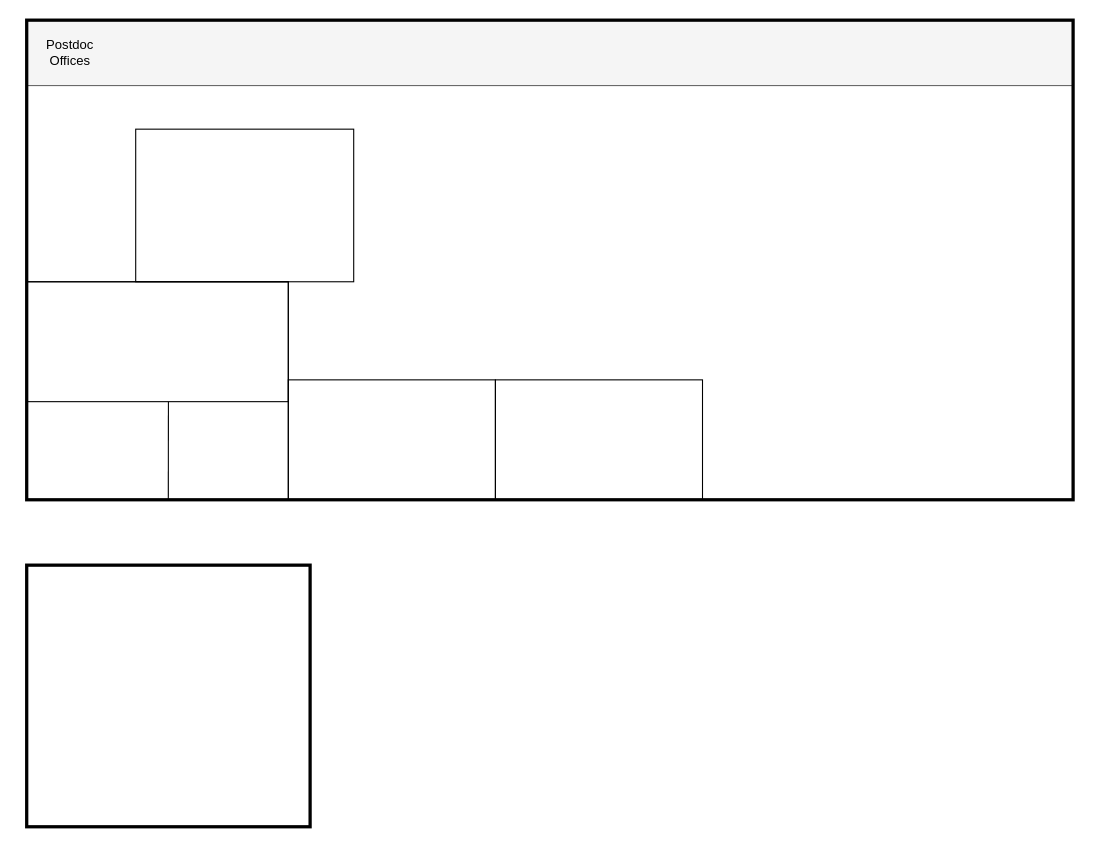
CianMRoche/DeskCzar keeps this draw.io diagram as floorplan.drawio. Above is the earlier version. Source tidied: cells renumbered, new cells numbered last; positions are measured from the earlier drawing's top-left corner, leaving out a move shared by most shapes. Both pictures are drawn from the tidied source at 109%, with x=0, y=0 at pixel (26, 20).
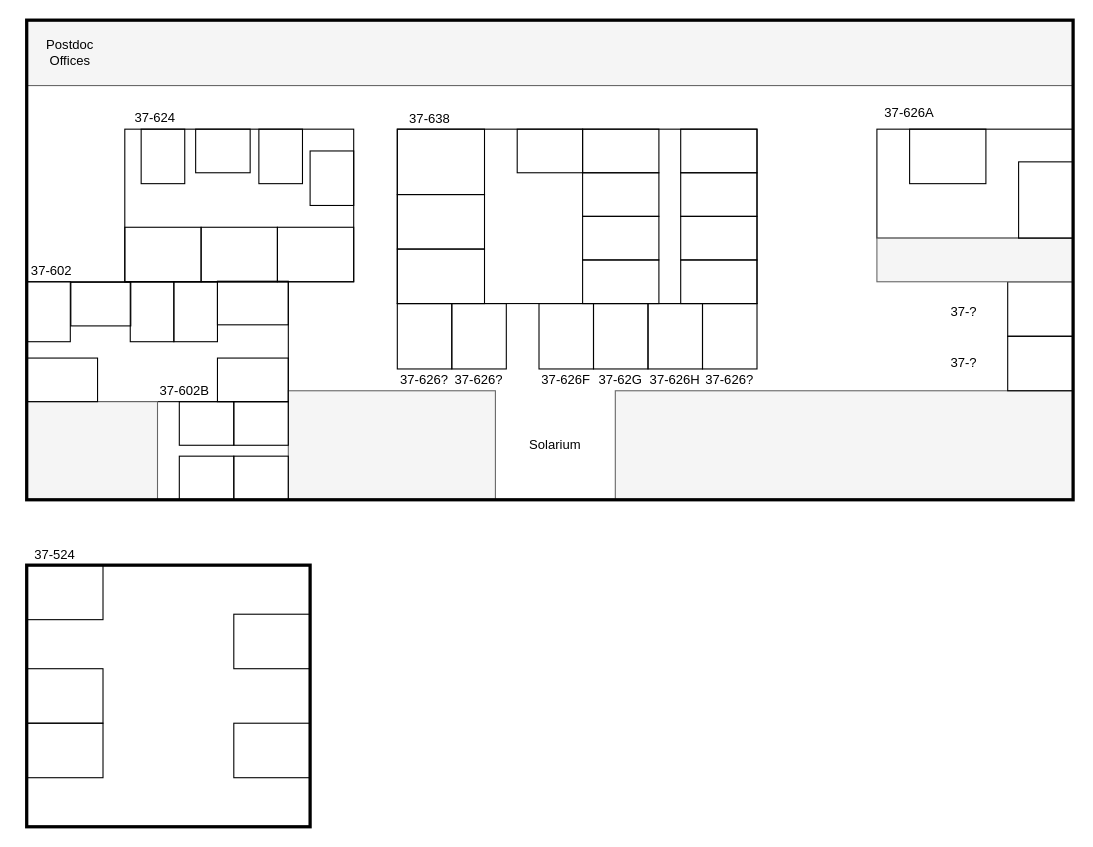
After the change.

What changed in the source:
```diff
@@
-    <mxCell id="4" style="rounded=0;whiteSpace=wrap;html=1;fillColor=none;strokeWidth=3;" parent="1" vertex="1">
-      <mxGeometry width="960" height="440" as="geometry" />
-    </mxCell>
@@
     <mxCell id="6" style="rounded=0;whiteSpace=wrap;html=1;fillColor=none;" parent="1" vertex="1">
-      <mxGeometry x="100" y="100" width="200" height="140" as="geometry" />
+      <mxGeometry x="90" y="100" width="210" height="140" as="geometry" />
     </mxCell>
-    <mxCell id="7" style="rounded=0;whiteSpace=wrap;html=1;fillColor=none;" parent="1" vertex="1">
-      <mxGeometry y="240" width="240" height="200" as="geometry" />
-    </mxCell>
@@
-    <mxCell id="9" style="endArrow=none;html=1;rounded=0;" parent="1" edge="1">
-      <mxGeometry relative="1" as="geometry">
-        <mxPoint x="129.9" y="440" as="sourcePoint" />
-        <mxPoint x="130" y="350" as="targetPoint" />
-      </mxGeometry>
-    </mxCell>
-    <mxCell id="10" style="rounded=0;whiteSpace=wrap;html=1;fillColor=none;" parent="1" vertex="1">
-      <mxGeometry x="240" y="330" width="190" height="110" as="geometry" />
+    <mxCell id="10" style="rounded=0;whiteSpace=wrap;html=1;fillColor=#f5f5f5;fontColor=#333333;strokeColor=#666666;" parent="1" vertex="1">
+      <mxGeometry x="240" y="340" width="190" height="100" as="geometry" />
     </mxCell>
-    <mxCell id="11" style="rounded=0;whiteSpace=wrap;html=1;fillColor=none;" parent="1" vertex="1">
-      <mxGeometry x="430" y="330" width="190" height="110" as="geometry" />
-    </mxCell>
+    <mxCell id="12" style="rounded=0;whiteSpace=wrap;html=1;fillColor=#f5f5f5;fontColor=#333333;strokeColor=#666666;" parent="1" vertex="1">
+      <mxGeometry x="540" y="340" width="420" height="100" as="geometry" />
+    </mxCell>
+    <mxCell id="13" style="rounded=0;whiteSpace=wrap;html=1;fillColor=none;" parent="1" vertex="1">
+      <mxGeometry x="340" y="100" width="330" height="160" as="geometry" />
+    </mxCell>
+    <mxCell id="14" style="rounded=0;whiteSpace=wrap;html=1;fillColor=none;" parent="1" vertex="1">
+      <mxGeometry x="470" y="260" width="50" height="60" as="geometry" />
+    </mxCell>
+    <mxCell id="15" style="rounded=0;whiteSpace=wrap;html=1;fillColor=none;" parent="1" vertex="1">
+      <mxGeometry x="340" y="260" width="50" height="60" as="geometry" />
+    </mxCell>
+    <mxCell id="16" style="rounded=0;whiteSpace=wrap;html=1;fillColor=none;" parent="1" vertex="1">
+      <mxGeometry x="780" y="100" width="180" height="100" as="geometry" />
+    </mxCell>
+    <mxCell id="17" style="rounded=0;whiteSpace=wrap;html=1;fillColor=none;" parent="1" vertex="1">
+      <mxGeometry x="340" y="210" width="80" height="50" as="geometry" />
+    </mxCell>
+    <mxCell id="18" style="rounded=0;whiteSpace=wrap;html=1;fillColor=none;" parent="1" vertex="1">
+      <mxGeometry x="340" y="160" width="80" height="50" as="geometry" />
+    </mxCell>
+    <mxCell id="19" style="rounded=0;whiteSpace=wrap;html=1;fillColor=none;" parent="1" vertex="1">
+      <mxGeometry x="340" y="100" width="80" height="60" as="geometry" />
+    </mxCell>
+    <mxCell id="20" style="rounded=0;whiteSpace=wrap;html=1;fillColor=none;" parent="1" vertex="1">
+      <mxGeometry x="900" y="290" width="60" height="50" as="geometry" />
+    </mxCell>
+    <mxCell id="21" style="rounded=0;whiteSpace=wrap;html=1;fillColor=none;" parent="1" vertex="1">
+      <mxGeometry x="900" y="240" width="60" height="50" as="geometry" />
+    </mxCell>
+    <mxCell id="22" style="rounded=0;whiteSpace=wrap;html=1;fillColor=none;" parent="1" vertex="1">
+      <mxGeometry x="450" y="100" width="60" height="40" as="geometry" />
+    </mxCell>
+    <mxCell id="23" style="rounded=0;whiteSpace=wrap;html=1;fillColor=none;" parent="1" vertex="1">
+      <mxGeometry x="510" y="100" width="70" height="40" as="geometry" />
+    </mxCell>
+    <mxCell id="24" style="rounded=0;whiteSpace=wrap;html=1;fillColor=none;" parent="1" vertex="1">
+      <mxGeometry x="600" y="100" width="70" height="40" as="geometry" />
+    </mxCell>
+    <mxCell id="25" style="rounded=0;whiteSpace=wrap;html=1;fillColor=none;" parent="1" vertex="1">
+      <mxGeometry x="600" y="140" width="70" height="40" as="geometry" />
+    </mxCell>
+    <mxCell id="26" style="rounded=0;whiteSpace=wrap;html=1;fillColor=none;" parent="1" vertex="1">
+      <mxGeometry x="600" y="180" width="70" height="40" as="geometry" />
+    </mxCell>
+    <mxCell id="27" style="rounded=0;whiteSpace=wrap;html=1;fillColor=none;" parent="1" vertex="1">
+      <mxGeometry x="600" y="220" width="70" height="40" as="geometry" />
+    </mxCell>
+    <mxCell id="28" style="rounded=0;whiteSpace=wrap;html=1;fillColor=none;" parent="1" vertex="1">
+      <mxGeometry x="510" y="140" width="70" height="40" as="geometry" />
+    </mxCell>
+    <mxCell id="29" style="rounded=0;whiteSpace=wrap;html=1;fillColor=none;" parent="1" vertex="1">
+      <mxGeometry x="510" y="180" width="70" height="40" as="geometry" />
+    </mxCell>
+    <mxCell id="30" style="rounded=0;whiteSpace=wrap;html=1;fillColor=none;" parent="1" vertex="1">
+      <mxGeometry x="510" y="220" width="70" height="40" as="geometry" />
+    </mxCell>
+    <mxCell id="31" style="rounded=0;whiteSpace=wrap;html=1;fillColor=#f5f5f5;fontColor=#333333;strokeColor=#666666;" parent="1" vertex="1">
+      <mxGeometry y="350" width="120" height="90" as="geometry" />
+    </mxCell>
+    <mxCell id="32" style="rounded=0;whiteSpace=wrap;html=1;fillColor=none;" parent="1" vertex="1">
+      <mxGeometry x="90" y="190" width="70" height="50" as="geometry" />
+    </mxCell>
+    <mxCell id="33" style="rounded=0;whiteSpace=wrap;html=1;fillColor=none;" parent="1" vertex="1">
+      <mxGeometry x="160" y="190" width="70" height="50" as="geometry" />
+    </mxCell>
+    <mxCell id="34" style="rounded=0;whiteSpace=wrap;html=1;fillColor=none;" parent="1" vertex="1">
+      <mxGeometry x="230" y="190" width="70" height="50" as="geometry" />
+    </mxCell>
+    <mxCell id="35" style="rounded=0;whiteSpace=wrap;html=1;fillColor=none;" parent="1" vertex="1">
+      <mxGeometry x="390" y="260" width="50" height="60" as="geometry" />
+    </mxCell>
+    <mxCell id="36" style="rounded=0;whiteSpace=wrap;html=1;fillColor=none;" parent="1" vertex="1">
+      <mxGeometry x="520" y="260" width="50" height="60" as="geometry" />
+    </mxCell>
+    <mxCell id="37" style="rounded=0;whiteSpace=wrap;html=1;fillColor=none;" parent="1" vertex="1">
+      <mxGeometry x="570" y="260" width="50" height="60" as="geometry" />
+    </mxCell>
+    <mxCell id="38" style="rounded=0;whiteSpace=wrap;html=1;fillColor=none;" parent="1" vertex="1">
+      <mxGeometry x="620" y="260" width="50" height="60" as="geometry" />
+    </mxCell>
+    <mxCell id="39" style="rounded=0;whiteSpace=wrap;html=1;fillColor=#f5f5f5;fontColor=#333333;strokeColor=#666666;" parent="1" vertex="1">
+      <mxGeometry x="780" y="200" width="180" height="40" as="geometry" />
+    </mxCell>
+    <mxCell id="40" style="rounded=0;whiteSpace=wrap;html=1;fillColor=none;" parent="1" vertex="1">
+      <mxGeometry x="260" y="120" width="40" height="50" as="geometry" />
+    </mxCell>
+    <mxCell id="41" style="rounded=0;whiteSpace=wrap;html=1;fillColor=none;" parent="1" vertex="1">
+      <mxGeometry x="213" y="100" width="40" height="50" as="geometry" />
+    </mxCell>
+    <mxCell id="42" style="rounded=0;whiteSpace=wrap;html=1;fillColor=none;rotation=90;" parent="1" vertex="1">
+      <mxGeometry x="160" y="95" width="40" height="50" as="geometry" />
+    </mxCell>
+    <mxCell id="43" style="rounded=0;whiteSpace=wrap;html=1;fillColor=none;rotation=0;" parent="1" vertex="1">
+      <mxGeometry x="105" y="100" width="40" height="50" as="geometry" />
+    </mxCell>
+    <mxCell id="44" style="rounded=0;whiteSpace=wrap;html=1;fillColor=none;rotation=90;" parent="1" vertex="1">
+      <mxGeometry x="195" y="345" width="40" height="50" as="geometry" />
+    </mxCell>
+    <mxCell id="45" style="rounded=0;whiteSpace=wrap;html=1;fillColor=none;rotation=90;" parent="1" vertex="1">
+      <mxGeometry x="145" y="345" width="40" height="50" as="geometry" />
+    </mxCell>
+    <mxCell id="46" style="rounded=0;whiteSpace=wrap;html=1;fillColor=none;rotation=90;" parent="1" vertex="1">
+      <mxGeometry x="145" y="395" width="40" height="50" as="geometry" />
+    </mxCell>
+    <mxCell id="47" style="rounded=0;whiteSpace=wrap;html=1;fillColor=none;rotation=90;" parent="1" vertex="1">
+      <mxGeometry x="195" y="395" width="40" height="50" as="geometry" />
+    </mxCell>
+    <mxCell id="48" style="rounded=0;whiteSpace=wrap;html=1;fillColor=none;rotation=90;" parent="1" vertex="1">
+      <mxGeometry x="187.5" y="297.5" width="40" height="65" as="geometry" />
+    </mxCell>
+    <mxCell id="49" style="rounded=0;whiteSpace=wrap;html=1;fillColor=none;rotation=90;" parent="1" vertex="1">
+      <mxGeometry x="187.5" y="227" width="40" height="65" as="geometry" />
+    </mxCell>
+    <mxCell id="50" style="rounded=0;whiteSpace=wrap;html=1;fillColor=none;rotation=-180;" parent="1" vertex="1">
+      <mxGeometry x="135" y="240" width="40" height="55" as="geometry" />
+    </mxCell>
+    <mxCell id="51" style="rounded=0;whiteSpace=wrap;html=1;fillColor=none;rotation=-180;" parent="1" vertex="1">
+      <mxGeometry y="240" width="40" height="55" as="geometry" />
+    </mxCell>
+    <mxCell id="52" style="rounded=0;whiteSpace=wrap;html=1;fillColor=none;rotation=90;" parent="1" vertex="1">
+      <mxGeometry x="12.5" y="297.5" width="40" height="65" as="geometry" />
+    </mxCell>
+    <mxCell id="53" style="rounded=0;whiteSpace=wrap;html=1;fillColor=none;rotation=90;" parent="1" vertex="1">
+      <mxGeometry x="48" y="233" width="40" height="55" as="geometry" />
+    </mxCell>
+    <mxCell id="54" style="rounded=0;whiteSpace=wrap;html=1;fillColor=none;rotation=-180;" parent="1" vertex="1">
+      <mxGeometry x="95" y="240" width="40" height="55" as="geometry" />
+    </mxCell>
+    <mxCell id="55" style="rounded=0;whiteSpace=wrap;html=1;fillColor=none;" parent="1" vertex="1">
+      <mxGeometry x="910" y="130" width="50" height="70" as="geometry" />
+    </mxCell>
+    <mxCell id="56" style="rounded=0;whiteSpace=wrap;html=1;fillColor=none;rotation=90;" parent="1" vertex="1">
+      <mxGeometry x="820" y="90" width="50" height="70" as="geometry" />
+    </mxCell>
+    <mxCell id="57" style="rounded=0;whiteSpace=wrap;html=1;fillColor=none;" parent="1" vertex="1">
+      <mxGeometry y="500" width="70" height="50" as="geometry" />
+    </mxCell>
+    <mxCell id="58" style="rounded=0;whiteSpace=wrap;html=1;fillColor=none;" parent="1" vertex="1">
+      <mxGeometry y="595" width="70" height="50" as="geometry" />
+    </mxCell>
+    <mxCell id="59" style="rounded=0;whiteSpace=wrap;html=1;fillColor=none;" parent="1" vertex="1">
+      <mxGeometry y="645" width="70" height="50" as="geometry" />
+    </mxCell>
+    <mxCell id="60" style="rounded=0;whiteSpace=wrap;html=1;fillColor=none;" parent="1" vertex="1">
+      <mxGeometry x="190" y="645" width="70" height="50" as="geometry" />
+    </mxCell>
+    <mxCell id="61" style="rounded=0;whiteSpace=wrap;html=1;fillColor=none;" parent="1" vertex="1">
+      <mxGeometry x="190" y="545" width="70" height="50" as="geometry" />
+    </mxCell>
+    <mxCell id="62" value="37-624" style="text;html=1;strokeColor=none;fillColor=none;align=center;verticalAlign=middle;whiteSpace=wrap;rounded=0;" parent="1" vertex="1">
+      <mxGeometry x="88" y="75" width="60" height="30" as="geometry" />
+    </mxCell>
+    <mxCell id="63" value="37-638" style="text;html=1;strokeColor=none;fillColor=none;align=center;verticalAlign=middle;whiteSpace=wrap;rounded=0;" parent="1" vertex="1">
+      <mxGeometry x="340" y="76" width="60" height="30" as="geometry" />
+    </mxCell>
+    <mxCell id="64" value="Solarium" style="text;html=1;strokeColor=none;fillColor=none;align=center;verticalAlign=middle;whiteSpace=wrap;rounded=0;" parent="1" vertex="1">
+      <mxGeometry x="455" y="375" width="60" height="30" as="geometry" />
+    </mxCell>
+    <mxCell id="65" value="37-602" style="text;html=1;strokeColor=none;fillColor=none;align=center;verticalAlign=middle;whiteSpace=wrap;rounded=0;" parent="1" vertex="1">
+      <mxGeometry x="-7.5" y="215" width="60" height="30" as="geometry" />
+    </mxCell>
+    <mxCell id="66" value="37-602B" style="text;html=1;strokeColor=none;fillColor=none;align=center;verticalAlign=middle;whiteSpace=wrap;rounded=0;" parent="1" vertex="1">
+      <mxGeometry x="115" y="325" width="60" height="30" as="geometry" />
+    </mxCell>
+    <mxCell id="67" value="37-626?" style="text;html=1;strokeColor=none;fillColor=none;align=center;verticalAlign=middle;whiteSpace=wrap;rounded=0;" parent="1" vertex="1">
+      <mxGeometry x="335" y="315" width="60" height="30" as="geometry" />
+    </mxCell>
+    <mxCell id="68" value="37-626?" style="text;html=1;strokeColor=none;fillColor=none;align=center;verticalAlign=middle;whiteSpace=wrap;rounded=0;" parent="1" vertex="1">
+      <mxGeometry x="385" y="315" width="60" height="30" as="geometry" />
+    </mxCell>
+    <mxCell id="69" value="37-626F" style="text;html=1;strokeColor=none;fillColor=none;align=center;verticalAlign=middle;whiteSpace=wrap;rounded=0;" parent="1" vertex="1">
+      <mxGeometry x="465" y="315" width="60" height="30" as="geometry" />
+    </mxCell>
+    <mxCell id="70" value="37-62G" style="text;html=1;strokeColor=none;fillColor=none;align=center;verticalAlign=middle;whiteSpace=wrap;rounded=0;" parent="1" vertex="1">
+      <mxGeometry x="515" y="315" width="60" height="30" as="geometry" />
+    </mxCell>
+    <mxCell id="71" value="37-626H" style="text;html=1;strokeColor=none;fillColor=none;align=center;verticalAlign=middle;whiteSpace=wrap;rounded=0;" parent="1" vertex="1">
+      <mxGeometry x="565" y="315" width="60" height="30" as="geometry" />
+    </mxCell>
+    <mxCell id="72" value="37-626?" style="text;html=1;strokeColor=none;fillColor=none;align=center;verticalAlign=middle;whiteSpace=wrap;rounded=0;" parent="1" vertex="1">
+      <mxGeometry x="615" y="315" width="60" height="30" as="geometry" />
+    </mxCell>
+    <mxCell id="73" value="37-?" style="text;html=1;strokeColor=none;fillColor=none;align=center;verticalAlign=middle;whiteSpace=wrap;rounded=0;" parent="1" vertex="1">
+      <mxGeometry x="830" y="252.5" width="60" height="30" as="geometry" />
+    </mxCell>
+    <mxCell id="74" value="37-?" style="text;html=1;strokeColor=none;fillColor=none;align=center;verticalAlign=middle;whiteSpace=wrap;rounded=0;" parent="1" vertex="1">
+      <mxGeometry x="830" y="300" width="60" height="30" as="geometry" />
+    </mxCell>
+    <mxCell id="75" value="37-626A" style="text;html=1;strokeColor=none;fillColor=none;align=center;verticalAlign=middle;whiteSpace=wrap;rounded=0;" parent="1" vertex="1">
+      <mxGeometry x="780" y="70" width="60" height="30" as="geometry" />
+    </mxCell>
+    <mxCell id="76" value="37-524" style="text;html=1;strokeColor=none;fillColor=none;align=center;verticalAlign=middle;whiteSpace=wrap;rounded=0;" parent="1" vertex="1">
+      <mxGeometry x="-4.5" y="476" width="60" height="30" as="geometry" />
+    </mxCell>
+    <mxCell id="4" style="rounded=0;whiteSpace=wrap;html=1;fillColor=none;strokeWidth=3;" parent="1" vertex="1">
+      <mxGeometry width="960" height="440" as="geometry" />
+    </mxCell>
```
